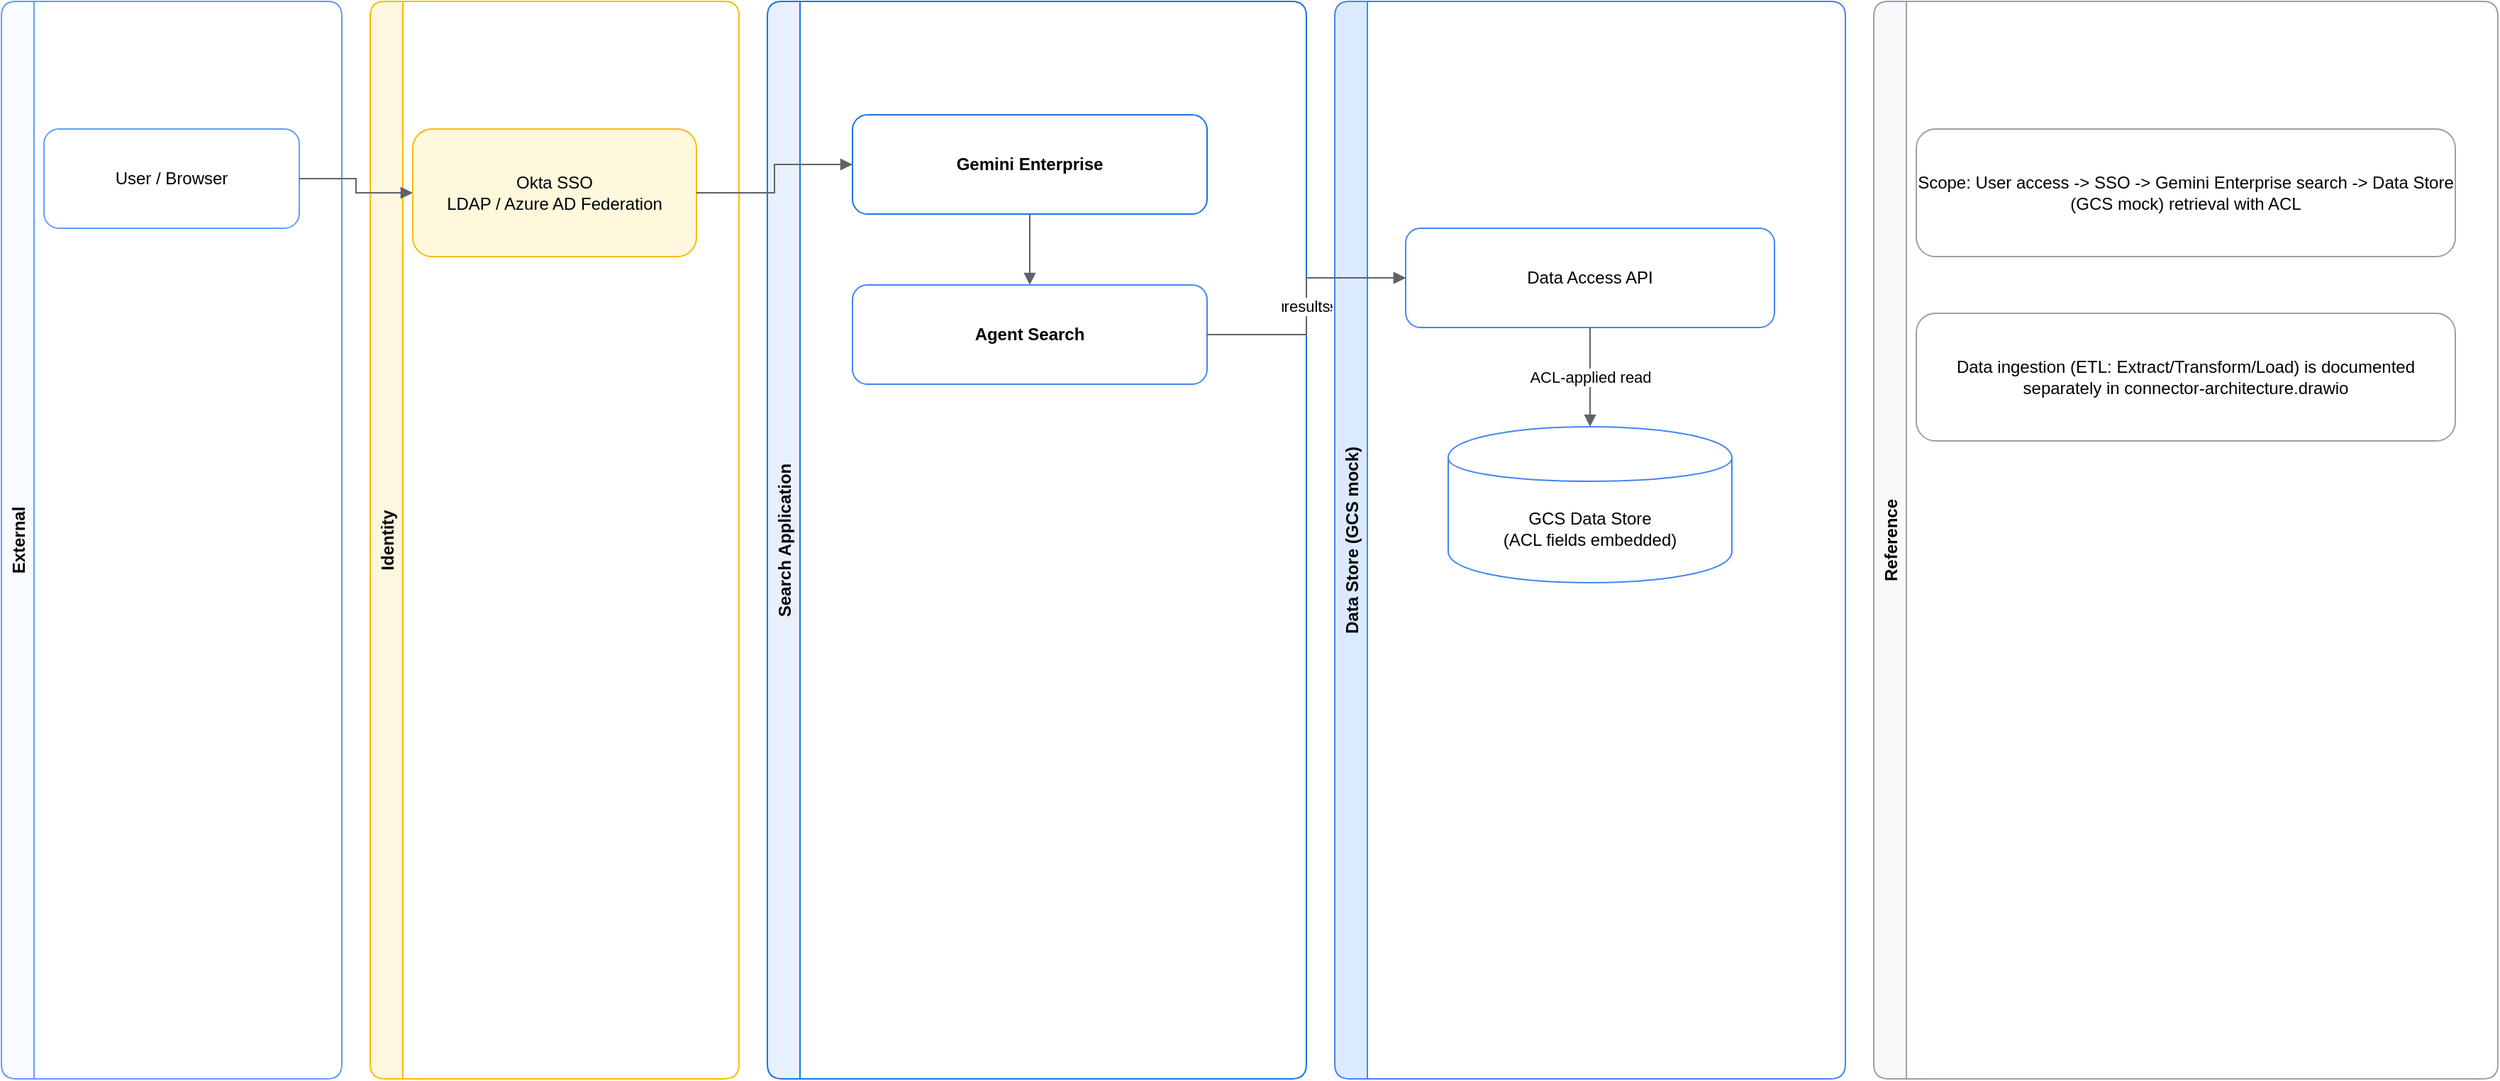
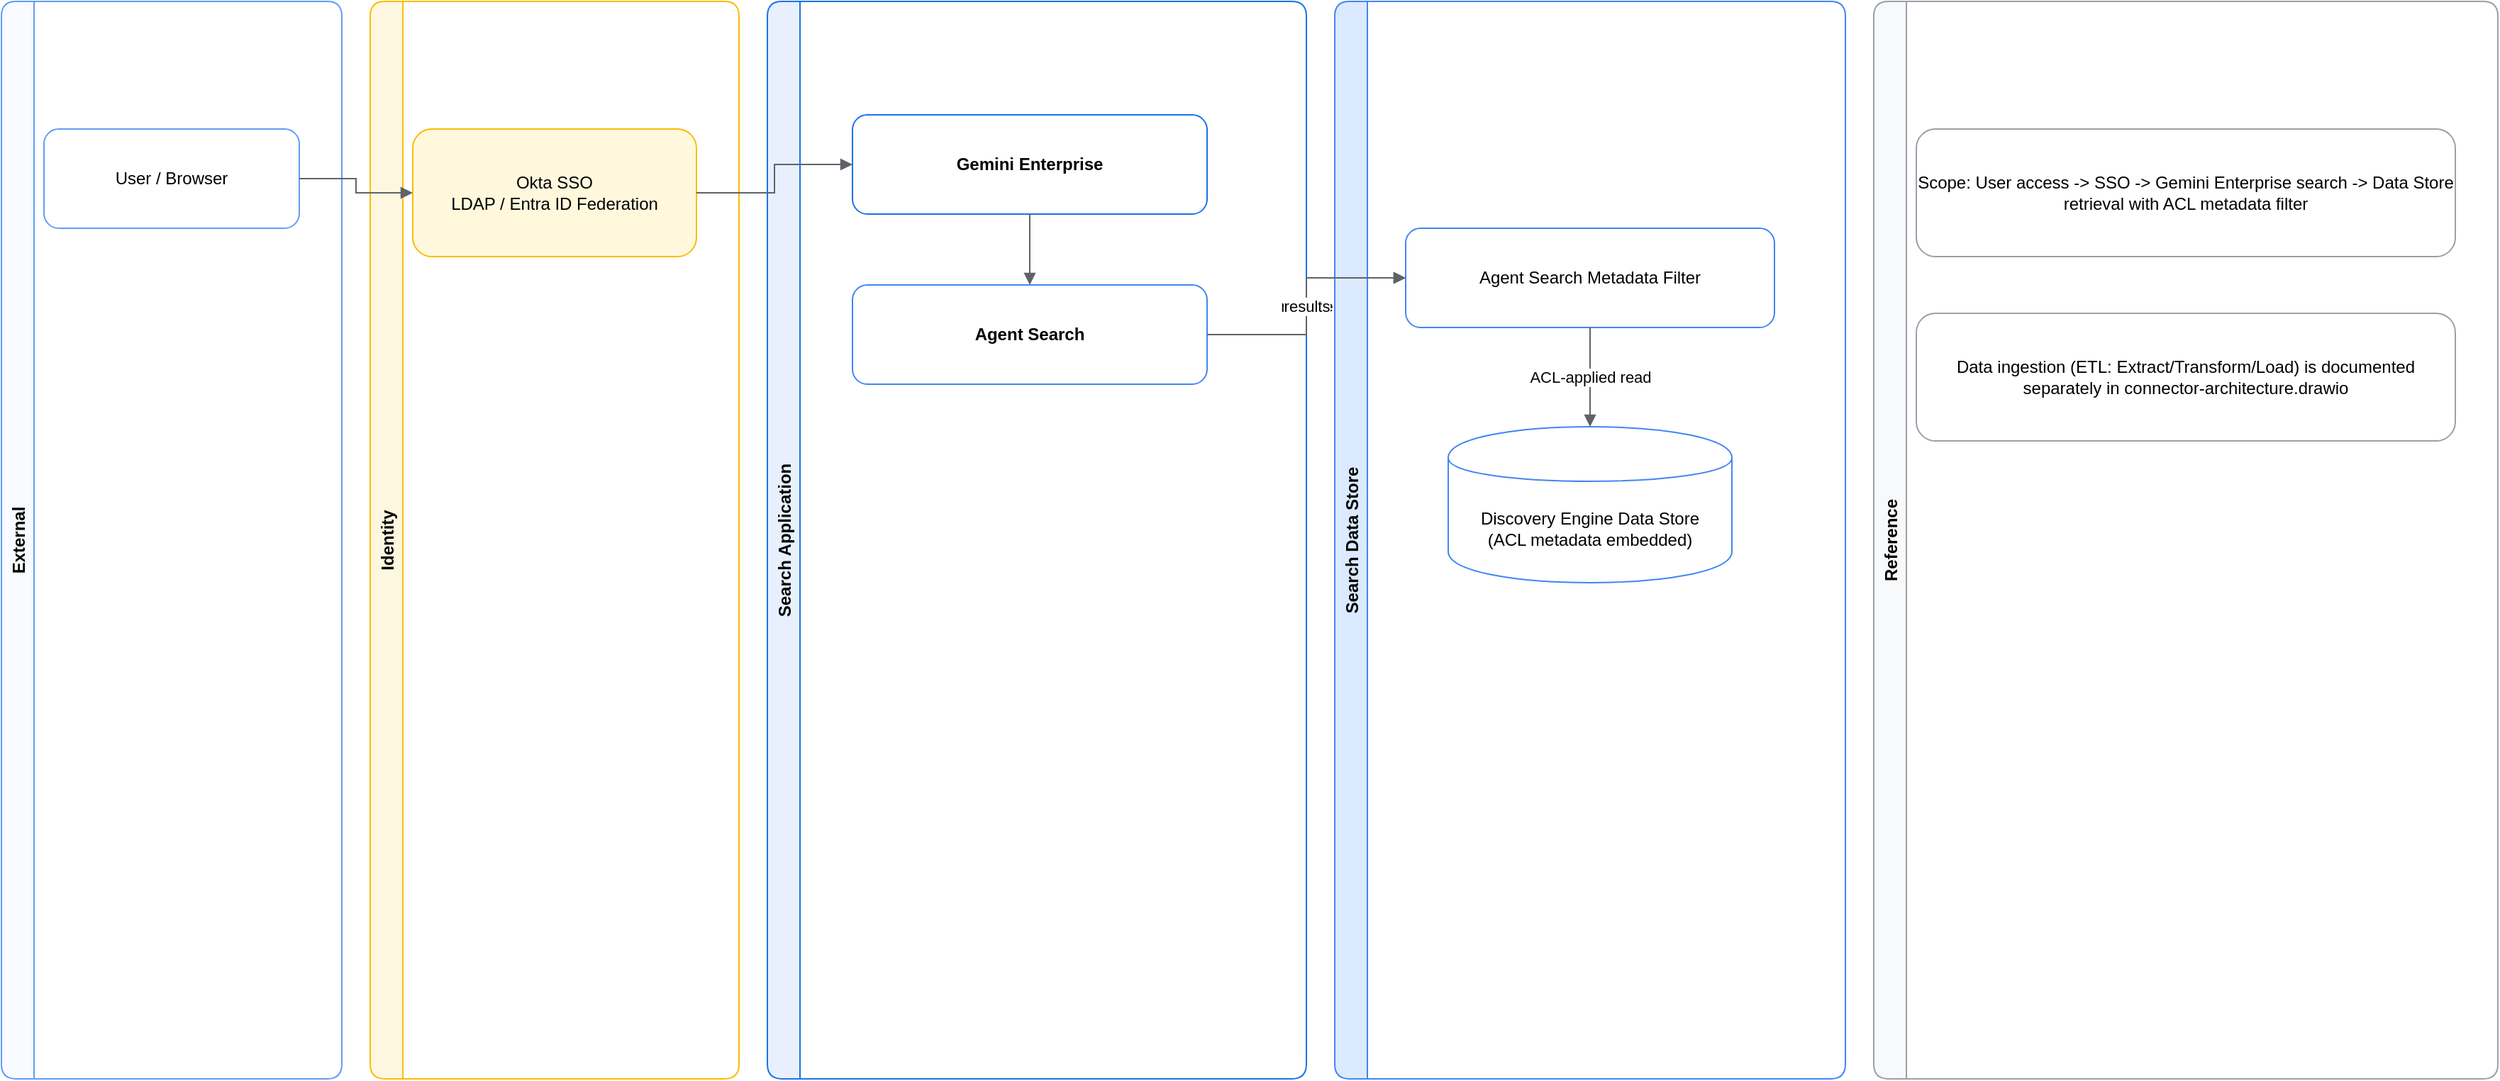
<mxfile host="app.diagrams.net" modified="2026-07-12T00:00:00.000Z" agent="Copilot" version="24.7.0" type="device">
  <diagram id="overall-arch" name="Overall Architecture">
    <mxGraphModel dx="1600" dy="1000" grid="1" gridSize="10" guides="1" tooltips="1" connect="1" arrows="1" fold="1" page="1" pageScale="1" pageWidth="1800" pageHeight="1000" math="0" shadow="0">
      <root>
        <mxCell id="0"/>
        <mxCell id="1" parent="0"/>

        <mxCell id="lane-ext" value="External" style="swimlane;horizontal=0;rounded=1;fillColor=#f8fbff;strokeColor=#5f9df7;fontStyle=1;" vertex="1" parent="1">
          <mxGeometry x="20" y="80" width="240" height="760" as="geometry"/>
        </mxCell>
        <mxCell id="lane-idp" value="Identity" style="swimlane;horizontal=0;rounded=1;fillColor=#fef7e0;strokeColor=#fbbc04;fontStyle=1;" vertex="1" parent="1">
          <mxGeometry x="280" y="80" width="260" height="760" as="geometry"/>
        </mxCell>
        <mxCell id="lane-search" value="Search Application" style="swimlane;horizontal=0;rounded=1;fillColor=#e8f0fe;strokeColor=#1a73e8;fontStyle=1;" vertex="1" parent="1">
          <mxGeometry x="560" y="80" width="380" height="760" as="geometry"/>
        </mxCell>
-         <mxCell id="lane-data" value="Data Store (GCS mock)" style="swimlane;horizontal=0;rounded=1;fillColor=#dbeafe;strokeColor=#4285f4;fontStyle=1;" vertex="1" parent="1">
+         <mxCell id="lane-data" value="Search Data Store" style="swimlane;horizontal=0;rounded=1;fillColor=#dbeafe;strokeColor=#4285f4;fontStyle=1;" vertex="1" parent="1">
          <mxGeometry x="960" y="80" width="360" height="760" as="geometry"/>
        </mxCell>
        <mxCell id="lane-note" value="Reference" style="swimlane;horizontal=0;rounded=1;fillColor=#f8f9fa;strokeColor=#9aa0a6;fontStyle=1;" vertex="1" parent="1">
          <mxGeometry x="1340" y="80" width="440" height="760" as="geometry"/>
        </mxCell>

        <mxCell id="user" value="User / Browser" style="rounded=1;whiteSpace=wrap;html=1;fillColor=#ffffff;strokeColor=#5f9df7;" vertex="1" parent="1">
          <mxGeometry x="50" y="170" width="180" height="70" as="geometry"/>
        </mxCell>
-         <mxCell id="okta" value="Okta SSO&#xa;LDAP / Azure AD Federation" style="rounded=1;whiteSpace=wrap;html=1;fillColor=#fff8dc;strokeColor=#fbbc04;" vertex="1" parent="1">
+         <mxCell id="okta" value="Okta SSO&#xa;LDAP / Entra ID Federation" style="rounded=1;whiteSpace=wrap;html=1;fillColor=#fff8dc;strokeColor=#fbbc04;" vertex="1" parent="1">
          <mxGeometry x="310" y="170" width="200" height="90" as="geometry"/>
        </mxCell>
        <mxCell id="gemini" value="Gemini Enterprise" style="rounded=1;whiteSpace=wrap;html=1;fillColor=#ffffff;strokeColor=#1a73e8;fontStyle=1;" vertex="1" parent="1">
          <mxGeometry x="620" y="160" width="250" height="70" as="geometry"/>
        </mxCell>
        <mxCell id="agent" value="Agent Search" style="rounded=1;whiteSpace=wrap;html=1;fillColor=#ffffff;strokeColor=#4285f4;fontStyle=1;" vertex="1" parent="1">
          <mxGeometry x="620" y="280" width="250" height="70" as="geometry"/>
        </mxCell>
-         <mxCell id="deapi" value="Data Access API" style="rounded=1;whiteSpace=wrap;html=1;fillColor=#ffffff;strokeColor=#4285f4;" vertex="1" parent="1">
+         <mxCell id="deapi" value="Agent Search Metadata Filter" style="rounded=1;whiteSpace=wrap;html=1;fillColor=#ffffff;strokeColor=#4285f4;" vertex="1" parent="1">
          <mxGeometry x="1010" y="240" width="260" height="70" as="geometry"/>
        </mxCell>
-         <mxCell id="datastore" value="GCS Data Store&#xa;(ACL fields embedded)" style="shape=cylinder;whiteSpace=wrap;html=1;boundedLbl=1;fillColor=#ffffff;strokeColor=#4285f4;" vertex="1" parent="1">
+         <mxCell id="datastore" value="Discovery Engine Data Store&#xa;(ACL metadata embedded)" style="shape=cylinder;whiteSpace=wrap;html=1;boundedLbl=1;fillColor=#ffffff;strokeColor=#4285f4;" vertex="1" parent="1">
          <mxGeometry x="1040" y="380" width="200" height="110" as="geometry"/>
        </mxCell>

-         <mxCell id="note1" value="Scope: User access -&gt; SSO -&gt; Gemini Enterprise search -&gt; Data Store (GCS mock) retrieval with ACL" style="rounded=1;whiteSpace=wrap;html=1;fillColor=#ffffff;strokeColor=#9aa0a6;" vertex="1" parent="1">
+         <mxCell id="note1" value="Scope: User access -&gt; SSO -&gt; Gemini Enterprise search -&gt; Data Store retrieval with ACL metadata filter" style="rounded=1;whiteSpace=wrap;html=1;fillColor=#ffffff;strokeColor=#9aa0a6;" vertex="1" parent="1">
          <mxGeometry x="1370" y="170" width="380" height="90" as="geometry"/>
        </mxCell>
        <mxCell id="note2" value="Data ingestion (ETL: Extract/Transform/Load) is documented separately in connector-architecture.drawio" style="rounded=1;whiteSpace=wrap;html=1;fillColor=#ffffff;strokeColor=#9aa0a6;" vertex="1" parent="1">
          <mxGeometry x="1370" y="300" width="380" height="90" as="geometry"/>
        </mxCell>

        <mxCell id="e1" style="edgeStyle=orthogonalEdgeStyle;rounded=0;orthogonalLoop=1;jettySize=auto;html=1;endArrow=block;endFill=1;strokeColor=#5f6368;" edge="1" parent="1" source="user" target="okta">
          <mxGeometry relative="1" as="geometry"/>
        </mxCell>
        <mxCell id="e2" style="edgeStyle=orthogonalEdgeStyle;rounded=0;orthogonalLoop=1;jettySize=auto;html=1;endArrow=block;endFill=1;strokeColor=#5f6368;" edge="1" parent="1" source="okta" target="gemini">
          <mxGeometry relative="1" as="geometry"/>
        </mxCell>
        <mxCell id="e3" style="edgeStyle=orthogonalEdgeStyle;rounded=0;orthogonalLoop=1;jettySize=auto;html=1;endArrow=block;endFill=1;strokeColor=#5f6368;" edge="1" parent="1" source="gemini" target="agent">
          <mxGeometry relative="1" as="geometry"/>
        </mxCell>
        <mxCell id="e4" value="retrieve" style="edgeStyle=orthogonalEdgeStyle;rounded=0;orthogonalLoop=1;jettySize=auto;html=1;endArrow=block;endFill=1;strokeColor=#5f6368;" edge="1" parent="1" source="agent" target="deapi">
          <mxGeometry relative="1" as="geometry"/>
        </mxCell>
        <mxCell id="e5" value="ACL-applied read" style="edgeStyle=orthogonalEdgeStyle;rounded=0;orthogonalLoop=1;jettySize=auto;html=1;endArrow=block;endFill=1;strokeColor=#5f6368;" edge="1" parent="1" source="deapi" target="datastore">
          <mxGeometry relative="1" as="geometry"/>
        </mxCell>
        <mxCell id="e6" value="results" style="edgeStyle=orthogonalEdgeStyle;rounded=0;orthogonalLoop=1;jettySize=auto;html=1;startArrow=block;startFill=1;endArrow=none;strokeColor=#5f6368;" edge="1" parent="1" source="deapi" target="agent">
          <mxGeometry relative="1" as="geometry"/>
        </mxCell>
      </root>
    </mxGraphModel>
  </diagram>
</mxfile>
